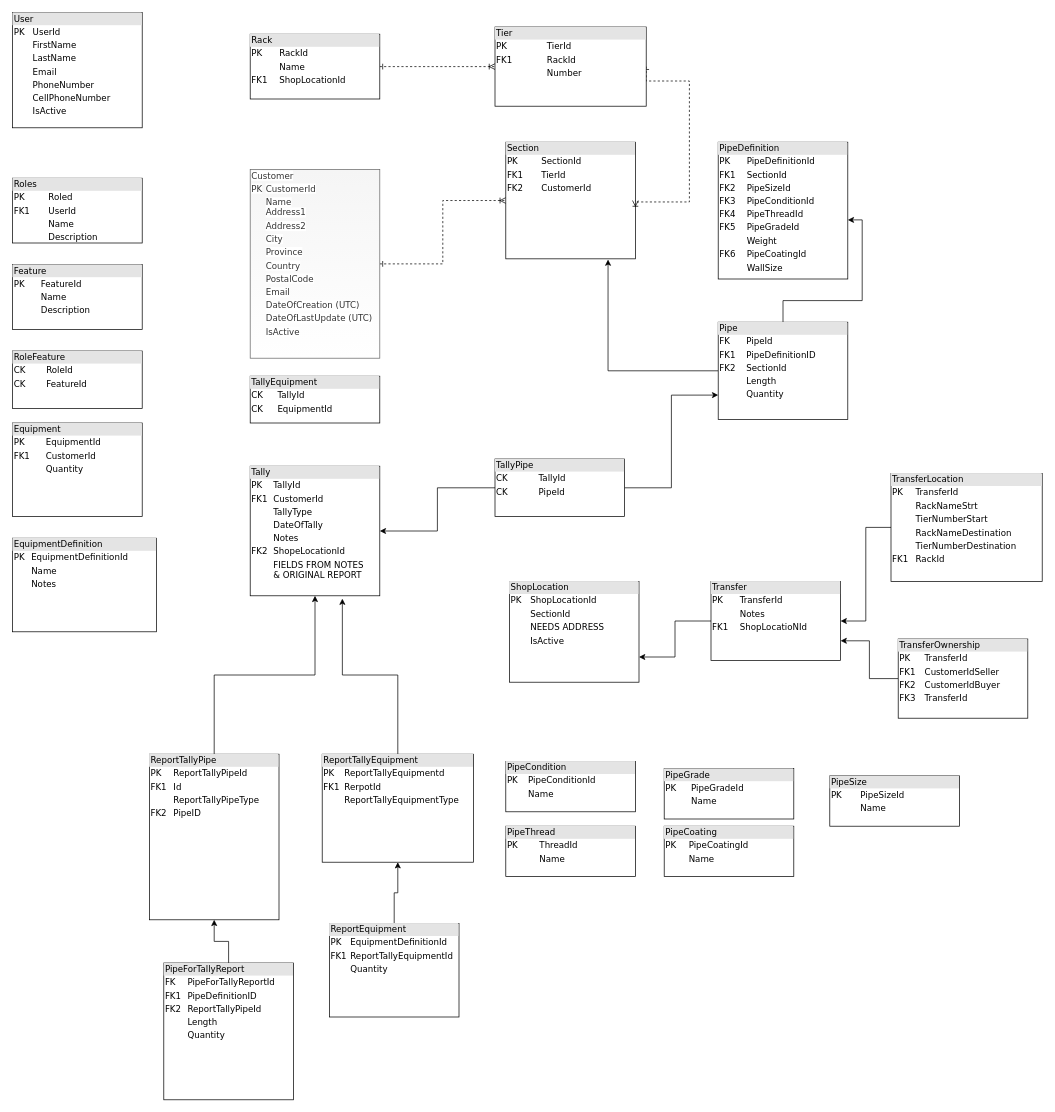
Above: Inventory-Design/DataModelDiagram.drawio in CrownNation/CJCSM-InventoryManagement (draw.io), before the change. Source tidied: cells renumbered, new cells numbered last; positions are measured from the earlier drawing's top-left corner, leaving out a move shared by most shapes. Both pictures are drawn from the tidied source at 72%, with x=0, y=0 at pixel (12, 12).
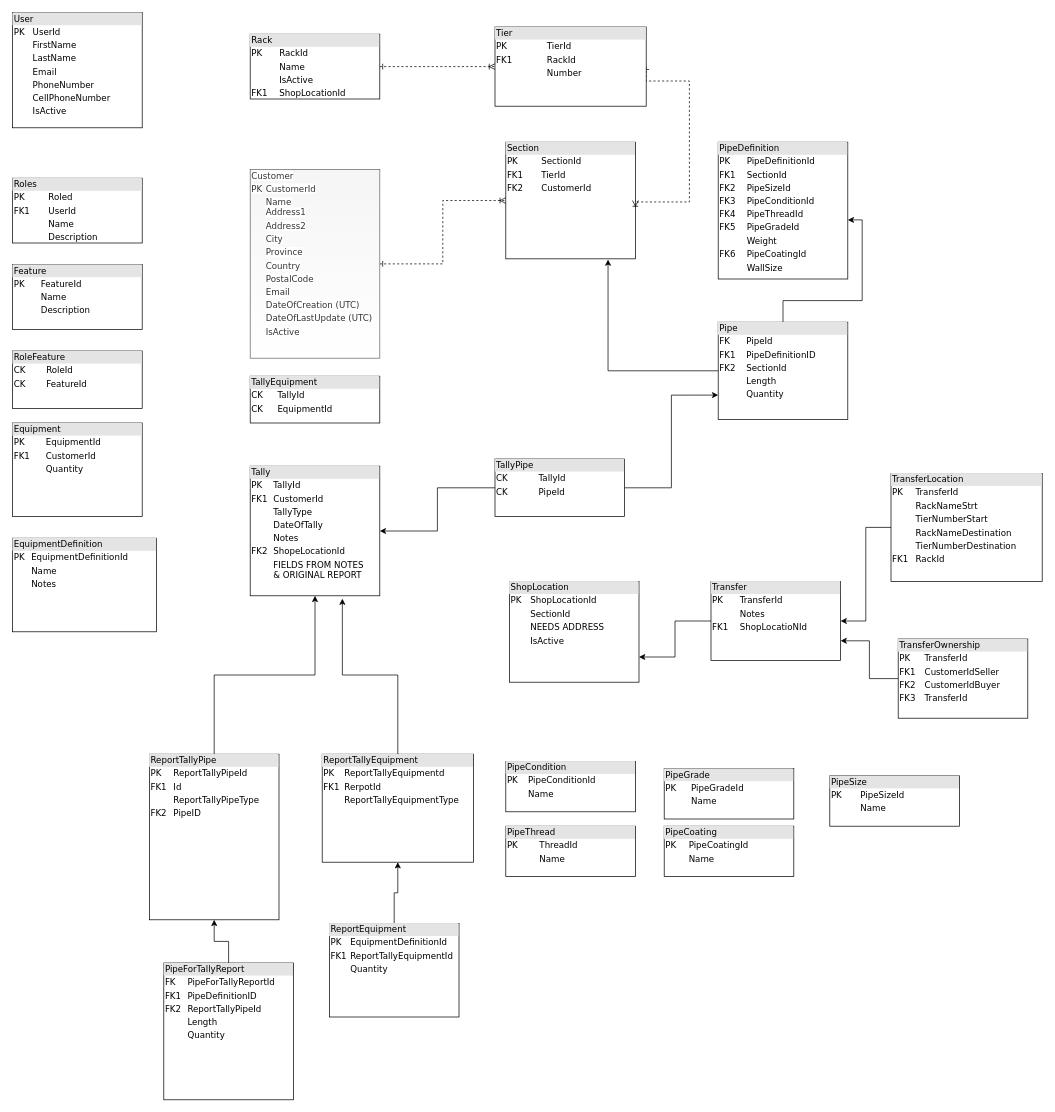
After the change.

The edit, as a diff of the source:
```diff
@@
-    <mxCell id="4" value="&lt;div style=&quot;box-sizing: border-box ; width: 100% ; background: #e4e4e4 ; padding: 2px&quot;&gt;Rack&lt;/div&gt;&lt;table style=&quot;width: 100% ; font-size: 1em&quot; cellpadding=&quot;2&quot; cellspacing=&quot;0&quot;&gt;&lt;tbody&gt;&lt;tr&gt;&lt;td&gt;PK&lt;/td&gt;&lt;td&gt;RackId&lt;br&gt;&lt;/td&gt;&lt;/tr&gt;&lt;tr&gt;&lt;td&gt;&lt;/td&gt;&lt;td&gt;Name&lt;/td&gt;&lt;/tr&gt;&lt;tr&gt;&lt;td&gt;FK1&lt;/td&gt;&lt;td&gt;ShopLocationId&lt;/td&gt;&lt;/tr&gt;&lt;/tbody&gt;&lt;/table&gt;" style="verticalAlign=top;align=left;overflow=fill;html=1;rounded=0;shadow=0;comic=0;labelBackgroundColor=none;strokeWidth=1;fontFamily=Verdana;fontSize=12;" parent="1" vertex="1">
+    <mxCell id="4" value="&lt;div style=&quot;box-sizing: border-box ; width: 100% ; background: #e4e4e4 ; padding: 2px&quot;&gt;Rack&lt;/div&gt;&lt;table style=&quot;width: 100% ; font-size: 1em&quot; cellpadding=&quot;2&quot; cellspacing=&quot;0&quot;&gt;&lt;tbody&gt;&lt;tr&gt;&lt;td&gt;PK&lt;/td&gt;&lt;td&gt;RackId&lt;br&gt;&lt;/td&gt;&lt;/tr&gt;&lt;tr&gt;&lt;td&gt;&lt;/td&gt;&lt;td&gt;Name&lt;br&gt;&lt;/td&gt;&lt;/tr&gt;&lt;tr&gt;&lt;td&gt;&lt;br&gt;&lt;/td&gt;&lt;td&gt;IsActive&lt;/td&gt;&lt;/tr&gt;&lt;tr&gt;&lt;td&gt;FK1&lt;/td&gt;&lt;td&gt;ShopLocationId&lt;/td&gt;&lt;/tr&gt;&lt;/tbody&gt;&lt;/table&gt;" style="verticalAlign=top;align=left;overflow=fill;html=1;rounded=0;shadow=0;comic=0;labelBackgroundColor=none;strokeWidth=1;fontFamily=Verdana;fontSize=12;" parent="1" vertex="1">
       <mxGeometry x="330" y="30" width="180" height="90" as="geometry" />
     </mxCell>
```
